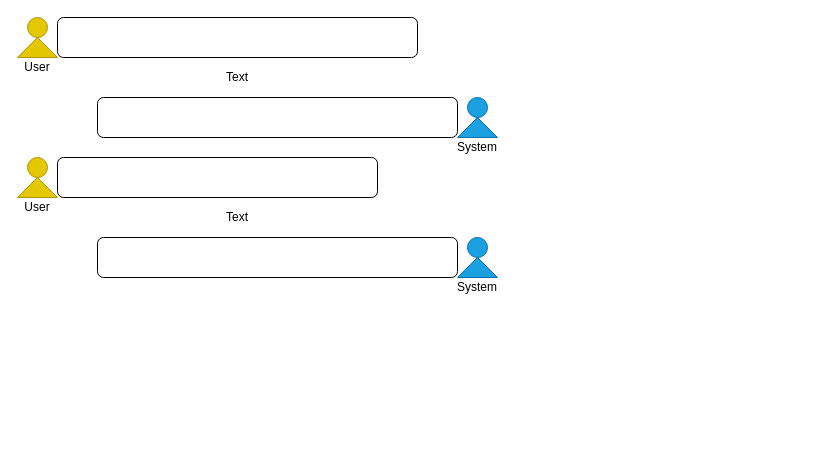
Earlier version of the draw.io diagram dstexample.drawio (fpcsong/diagram). Source tidied: cells renumbered, new cells numbered last; positions are measured from the earlier drawing's top-left corner, leaving out a move shared by most shapes. Both pictures are drawn from the tidied source at 100%, with x=0, y=0 at pixel (17, 17).
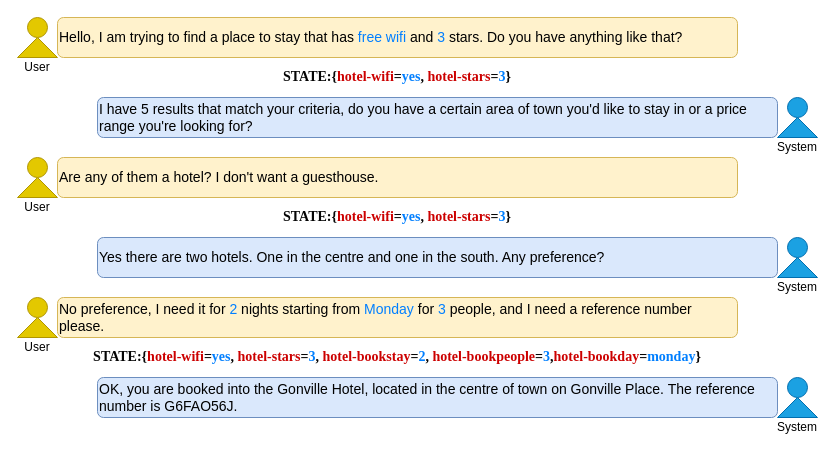
The same page after the edit.

Diff of the diagram source:
```diff
@@
-    <mxCell id="2" style="rounded=1;whiteSpace=wrap;html=1;" parent="1" vertex="1">
-      <mxGeometry x="40" width="360" height="40" as="geometry" />
+    <mxCell id="2" value="Hello, I am trying to find a place to stay that has &lt;font color=&quot;#007fff&quot;&gt;free wifi&lt;/font&gt; and &lt;font color=&quot;#007fff&quot;&gt;3&lt;/font&gt; stars. Do you have anything like that?" style="rounded=1;whiteSpace=wrap;align=left;fontSize=14;fillColor=#fff2cc;strokeColor=#d6b656;html=1;" parent="1" vertex="1">
+      <mxGeometry x="40" width="680" height="40" as="geometry" />
     </mxCell>
-    <mxCell id="3" style="rounded=1;whiteSpace=wrap;html=1;" parent="1" vertex="1">
-      <mxGeometry x="80" y="80" width="360" height="40" as="geometry" />
+    <mxCell id="3" value="I have 5 results that match your criteria, do you have a certain area of town you&amp;#39;d like to stay in or a price range you&amp;#39;re looking for?" style="rounded=1;whiteSpace=wrap;align=left;verticalAlign=middle;horizontal=1;fontSize=14;fillColor=#dae8fc;strokeColor=#6c8ebf;html=1;" parent="1" vertex="1">
+      <mxGeometry x="80" y="80" width="680" height="40" as="geometry" />
     </mxCell>
-    <mxCell id="4" style="rounded=1;whiteSpace=wrap;html=1;" parent="1" vertex="1">
-      <mxGeometry x="40" y="140" width="320" height="40" as="geometry" />
+    <mxCell id="4" value="Are any of them a hotel? I don't want a guesthouse." style="rounded=1;whiteSpace=wrap;align=left;fontSize=14;fillColor=#fff2cc;strokeColor=#d6b656;" parent="1" vertex="1">
+      <mxGeometry x="40" y="140" width="680" height="40" as="geometry" />
     </mxCell>
-    <mxCell id="5" style="rounded=1;whiteSpace=wrap;html=1;" parent="1" vertex="1">
-      <mxGeometry x="80" y="220" width="360" height="40" as="geometry" />
+    <mxCell id="5" value="Yes there are two hotels. One in the centre and one in the south. Any preference?" style="rounded=1;whiteSpace=wrap;align=left;fontSize=14;fillColor=#dae8fc;strokeColor=#6c8ebf;" parent="1" vertex="1">
+      <mxGeometry x="80" y="220" width="680" height="40" as="geometry" />
     </mxCell>
@@
     <mxCell id="10" style="ellipse;whiteSpace=wrap;html=1;fillColor=#1ba1e2;strokeColor=#006EAF;fontColor=#ffffff;" parent="1" vertex="1">
-      <mxGeometry x="450" y="80" width="20" height="20" as="geometry" />
+      <mxGeometry x="770" y="80" width="20" height="20" as="geometry" />
     </mxCell>
     <mxCell id="11" style="shape=trapezoid;perimeter=trapezoidPerimeter;whiteSpace=wrap;html=1;fixedSize=1;fillColor=#1ba1e2;strokeColor=#006EAF;fontColor=#ffffff;" parent="1" vertex="1">
-      <mxGeometry x="440" y="100" width="40" height="20" as="geometry" />
+      <mxGeometry x="760" y="100" width="40" height="20" as="geometry" />
     </mxCell>
     <mxCell id="12" style="ellipse;whiteSpace=wrap;html=1;fillColor=#1ba1e2;strokeColor=#006EAF;fontColor=#ffffff;" parent="1" vertex="1">
-      <mxGeometry x="450" y="220" width="20" height="20" as="geometry" />
+      <mxGeometry x="770" y="220" width="20" height="20" as="geometry" />
     </mxCell>
     <mxCell id="13" style="shape=trapezoid;perimeter=trapezoidPerimeter;whiteSpace=wrap;html=1;fixedSize=1;fillColor=#1ba1e2;strokeColor=#006EAF;fontColor=#ffffff;" parent="1" vertex="1">
-      <mxGeometry x="440" y="240" width="40" height="20" as="geometry" />
+      <mxGeometry x="760" y="240" width="40" height="20" as="geometry" />
     </mxCell>
-    <mxCell id="14" value="Text" style="text;html=1;strokeColor=none;fillColor=none;align=center;verticalAlign=middle;whiteSpace=wrap;rounded=0;shadow=0;sketch=0;" parent="1" vertex="1">
-      <mxGeometry x="40" y="50" width="360" height="20" as="geometry" />
+    <mxCell id="14" value="&lt;font color=&quot;#050505&quot;&gt;STATE:{&lt;/font&gt;hotel-wifi&lt;font color=&quot;#050505&quot;&gt;=&lt;/font&gt;&lt;font color=&quot;#007fff&quot;&gt;yes&lt;/font&gt;&lt;font color=&quot;#050505&quot;&gt;, &lt;/font&gt;hotel-stars&lt;font color=&quot;#050505&quot;&gt;=&lt;/font&gt;&lt;font color=&quot;#007fff&quot;&gt;3&lt;/font&gt;&lt;font color=&quot;#050505&quot;&gt;}&lt;/font&gt;" style="text;strokeColor=none;fillColor=none;align=center;verticalAlign=middle;whiteSpace=wrap;rounded=0;shadow=0;sketch=0;fontSize=14;fontStyle=1;fontFamily=Times New Roman;fontColor=#CC0000;html=1;" parent="1" vertex="1">
+      <mxGeometry x="40" y="50" width="680" height="20" as="geometry" />
     </mxCell>
-    <mxCell id="15" value="Text" style="text;html=1;strokeColor=none;fillColor=none;align=center;verticalAlign=middle;whiteSpace=wrap;rounded=0;shadow=0;sketch=0;" parent="1" vertex="1">
-      <mxGeometry x="40" y="190" width="360" height="20" as="geometry" />
-    </mxCell>
@@
     <mxCell id="18" value="System" style="text;html=1;strokeColor=none;fillColor=none;align=center;verticalAlign=middle;whiteSpace=wrap;rounded=0;shadow=0;sketch=0;" parent="1" vertex="1">
-      <mxGeometry x="440" y="120" width="40" height="20" as="geometry" />
+      <mxGeometry x="760" y="120" width="40" height="20" as="geometry" />
     </mxCell>
     <mxCell id="19" value="System" style="text;html=1;strokeColor=none;fillColor=none;align=center;verticalAlign=middle;whiteSpace=wrap;rounded=0;shadow=0;sketch=0;" parent="1" vertex="1">
-      <mxGeometry x="440" y="260" width="40" height="20" as="geometry" />
+      <mxGeometry x="760" y="260" width="40" height="20" as="geometry" />
     </mxCell>
+    <mxCell id="20" value="No preference, I need it for&lt;font color=&quot;#007fff&quot;&gt; 2&lt;/font&gt; nights starting from &lt;font color=&quot;#007fff&quot;&gt;Monday&lt;/font&gt; for &lt;font color=&quot;#007fff&quot;&gt;3&lt;/font&gt; people, and I need a reference number please." style="rounded=1;align=left;whiteSpace=wrap;fontSize=14;fillColor=#fff2cc;strokeColor=#d6b656;html=1;" parent="1" vertex="1">
+      <mxGeometry x="40" y="280" width="680" height="40" as="geometry" />
+    </mxCell>
+    <mxCell id="21" value="OK, you are booked into the Gonville Hotel, located in the centre of town on Gonville Place. The reference number is G6FAO56J." style="rounded=1;whiteSpace=wrap;align=left;fontSize=14;fillColor=#dae8fc;strokeColor=#6c8ebf;" parent="1" vertex="1">
+      <mxGeometry x="80" y="360" width="680" height="40" as="geometry" />
+    </mxCell>
+    <mxCell id="22" style="ellipse;whiteSpace=wrap;html=1;fillColor=#e3c800;strokeColor=#B09500;fontColor=#ffffff;shadow=0;sketch=0;" parent="1" vertex="1">
+      <mxGeometry x="10" y="280" width="20" height="20" as="geometry" />
+    </mxCell>
+    <mxCell id="23" style="shape=trapezoid;perimeter=trapezoidPerimeter;whiteSpace=wrap;html=1;fixedSize=1;fillColor=#e3c800;strokeColor=#B09500;fontColor=#ffffff;shadow=0;sketch=0;" parent="1" vertex="1">
+      <mxGeometry y="300" width="40" height="20" as="geometry" />
+    </mxCell>
+    <mxCell id="24" style="ellipse;whiteSpace=wrap;html=1;fillColor=#1ba1e2;strokeColor=#006EAF;fontColor=#ffffff;" parent="1" vertex="1">
+      <mxGeometry x="770" y="360" width="20" height="20" as="geometry" />
+    </mxCell>
+    <mxCell id="25" style="shape=trapezoid;perimeter=trapezoidPerimeter;whiteSpace=wrap;html=1;fixedSize=1;fillColor=#1ba1e2;strokeColor=#006EAF;fontColor=#ffffff;" parent="1" vertex="1">
+      <mxGeometry x="760" y="380" width="40" height="20" as="geometry" />
+    </mxCell>
+    <mxCell id="26" value="User" style="text;html=1;strokeColor=none;fillColor=none;align=center;verticalAlign=middle;whiteSpace=wrap;rounded=0;shadow=0;sketch=0;" parent="1" vertex="1">
+      <mxGeometry y="320" width="40" height="20" as="geometry" />
+    </mxCell>
+    <mxCell id="27" value="System" style="text;html=1;strokeColor=none;fillColor=none;align=center;verticalAlign=middle;whiteSpace=wrap;rounded=0;shadow=0;sketch=0;" parent="1" vertex="1">
+      <mxGeometry x="760" y="400" width="40" height="20" as="geometry" />
+    </mxCell>
+    <mxCell id="28" value="&lt;font color=&quot;#050505&quot;&gt;STATE:{&lt;/font&gt;hotel-wifi&lt;font color=&quot;#050505&quot;&gt;=&lt;/font&gt;&lt;font color=&quot;#007fff&quot;&gt;yes&lt;/font&gt;&lt;font color=&quot;#050505&quot;&gt;,&amp;nbsp;&lt;/font&gt;hotel-stars&lt;font color=&quot;#050505&quot;&gt;=&lt;/font&gt;&lt;font color=&quot;#007fff&quot;&gt;3&lt;/font&gt;&lt;font color=&quot;#050505&quot;&gt;, &lt;/font&gt;hotel-bookstay&lt;font color=&quot;#050505&quot;&gt;=&lt;/font&gt;&lt;font color=&quot;#007fff&quot;&gt;2&lt;/font&gt;&lt;font color=&quot;#050505&quot;&gt;, &lt;/font&gt;hotel-bookpeople&lt;font color=&quot;#050505&quot;&gt;=&lt;/font&gt;&lt;font color=&quot;#007fff&quot;&gt;3&lt;/font&gt;&lt;font color=&quot;#050505&quot;&gt;,&lt;/font&gt;hotel-bookday&lt;font color=&quot;#050505&quot;&gt;=&lt;/font&gt;&lt;font color=&quot;#007fff&quot;&gt;monday&lt;/font&gt;&lt;font color=&quot;#050505&quot;&gt;}&lt;/font&gt;" style="text;strokeColor=none;fillColor=none;align=center;verticalAlign=middle;whiteSpace=wrap;rounded=0;shadow=0;sketch=0;fontSize=14;fontStyle=1;fontFamily=Times New Roman;fontColor=#CC0000;html=1;" parent="1" vertex="1">
+      <mxGeometry x="40" y="330" width="680" height="20" as="geometry" />
+    </mxCell>
+    <mxCell id="29" value="&lt;font color=&quot;#050505&quot;&gt;STATE:{&lt;/font&gt;hotel-wifi&lt;font color=&quot;#050505&quot;&gt;=&lt;/font&gt;&lt;font color=&quot;#007fff&quot;&gt;yes&lt;/font&gt;&lt;font color=&quot;#050505&quot;&gt;, &lt;/font&gt;hotel-stars&lt;font color=&quot;#050505&quot;&gt;=&lt;/font&gt;&lt;font color=&quot;#007fff&quot;&gt;3&lt;/font&gt;&lt;font color=&quot;#050505&quot;&gt;}&lt;/font&gt;" style="text;strokeColor=none;fillColor=none;align=center;verticalAlign=middle;whiteSpace=wrap;rounded=0;shadow=0;sketch=0;fontSize=14;fontStyle=1;fontFamily=Times New Roman;fontColor=#CC0000;html=1;" parent="1" vertex="1">
+      <mxGeometry x="40" y="190" width="680" height="20" as="geometry" />
+    </mxCell>
```
